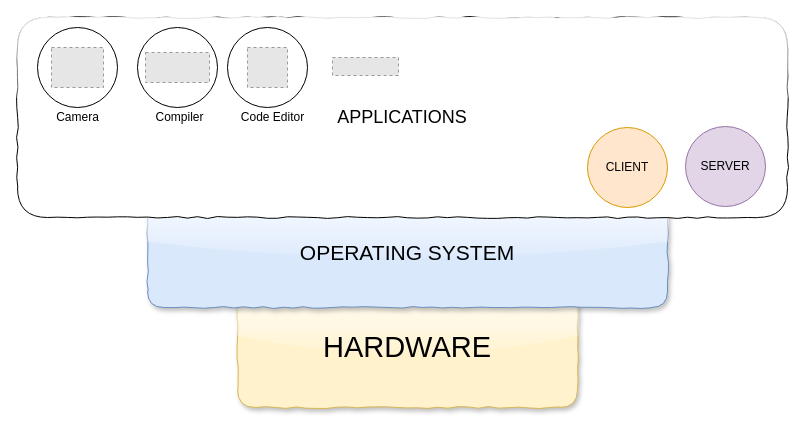
Above: page "programmer's model" (2 of 10) of docs/imgs/draw.io.drawio in tejaswigowda/book.programmingthecloud.com (draw.io), before the change. Source tidied: cells renumbered, new cells numbered last; positions are measured from the earlier drawing's top-left corner, leaving out a move shared by most shapes. Both pictures are drawn from the tidied source at 100%, with x=0, y=0 at pixel (17, 17). Pictures stored in the file or linked from it are replaced by grey dashed boxes.
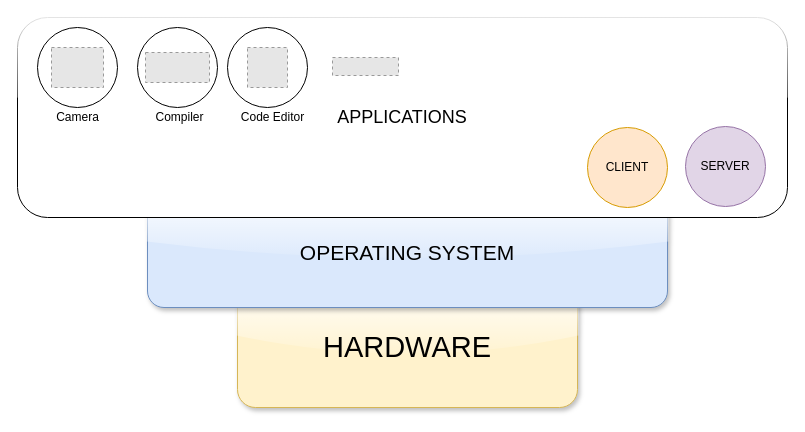
The same page after the edit.

Diff of the diagram source:
```diff
@@
 <mxGraphModel>
   <root>
     <mxCell id="0" />
     <mxCell id="1" parent="0" />
-    <mxCell id="2" value="&lt;font style=&quot;font-size: 29px&quot;&gt;HARDWARE&lt;/font&gt;" style="rounded=1;whiteSpace=wrap;html=1;glass=1;shadow=1;comic=1;fillColor=#fff2cc;strokeColor=#d6b656;" parent="1" vertex="1">
+    <mxCell id="2" value="&lt;font style=&quot;font-size: 29px&quot;&gt;HARDWARE&lt;/font&gt;" style="rounded=1;whiteSpace=wrap;html=1;glass=1;shadow=1;comic=0;fillColor=#fff2cc;strokeColor=#d6b656;" parent="1" vertex="1">
       <mxGeometry x="220" y="270" width="340" height="120" as="geometry" />
     </mxCell>
-    <mxCell id="3" value="&lt;font style=&quot;font-size: 21px&quot;&gt;OPERATING SYSTEM&lt;/font&gt;" style="rounded=1;whiteSpace=wrap;html=1;glass=1;comic=1;shadow=1;fillColor=#dae8fc;strokeColor=#6c8ebf;" parent="1" vertex="1">
+    <mxCell id="3" value="&lt;font style=&quot;font-size: 21px&quot;&gt;OPERATING SYSTEM&lt;/font&gt;" style="rounded=1;whiteSpace=wrap;html=1;glass=1;comic=0;shadow=1;fillColor=#dae8fc;strokeColor=#6c8ebf;" parent="1" vertex="1">
       <mxGeometry x="130" y="180" width="520" height="110" as="geometry" />
     </mxCell>
-    <mxCell id="4" value="&lt;font style=&quot;font-size: 18px&quot;&gt;APPLICATIONS&lt;/font&gt;" style="rounded=1;whiteSpace=wrap;html=1;glass=1;comic=1;" parent="1" vertex="1">
+    <mxCell id="4" value="&lt;font style=&quot;font-size: 18px&quot;&gt;APPLICATIONS&lt;/font&gt;" style="rounded=1;whiteSpace=wrap;html=1;glass=1;comic=0;" parent="1" vertex="1">
       <mxGeometry width="770" height="200" as="geometry" />
     </mxCell>
     <mxCell id="5" style="ellipse;whiteSpace=wrap;html=1;" parent="1" vertex="1">
       <mxGeometry x="20" y="10" width="80" height="80" as="geometry" />
     </mxCell>
     <mxCell id="6" style="ellipse;whiteSpace=wrap;html=1;" parent="1" vertex="1">
       <mxGeometry x="120" y="10" width="80" height="80" as="geometry" />
     </mxCell>
     <mxCell id="7" style="ellipse;whiteSpace=wrap;html=1;" parent="1" vertex="1">
       <mxGeometry x="210" y="10" width="80" height="80" as="geometry" />
     </mxCell>
     <mxCell id="8" style="fillColor=#E6E6E6;strokeColor=#999999;dashed=1;verticalLabelPosition=bottom;labelBackgroundColor=#ffffff;verticalAlign=top;" parent="1" vertex="1">
       <mxGeometry x="34" y="30" width="52" height="40" as="geometry" />
     </mxCell>
     <mxCell id="9" style="fillColor=#E6E6E6;strokeColor=#999999;dashed=1;verticalLabelPosition=bottom;labelBackgroundColor=#ffffff;verticalAlign=top;" parent="1" vertex="1">
       <mxGeometry x="230" y="30" width="40" height="40" as="geometry" />
     </mxCell>
     <mxCell id="10" style="fillColor=#E6E6E6;strokeColor=#999999;dashed=1;verticalLabelPosition=bottom;labelBackgroundColor=#ffffff;verticalAlign=top;" parent="1" vertex="1">
       <mxGeometry x="128" y="35" width="64" height="30" as="geometry" />
     </mxCell>
     <mxCell id="11" value="Compiler" style="text;html=1;align=center;verticalAlign=top;spacingTop=-4;" parent="1" vertex="1">
       <mxGeometry x="132" y="90" width="60" height="20" as="geometry" />
     </mxCell>
     <mxCell id="12" style="fillColor=#E6E6E6;strokeColor=#999999;dashed=1;verticalLabelPosition=bottom;labelBackgroundColor=#ffffff;verticalAlign=top;" parent="1" vertex="1">
       <mxGeometry x="315" y="40" width="66" height="18" as="geometry" />
     </mxCell>
     <mxCell id="13" value="Code Editor" style="text;html=1;align=center;verticalAlign=top;spacingTop=-4;" parent="1" vertex="1">
       <mxGeometry x="215" y="90" width="80" height="20" as="geometry" />
     </mxCell>
     <mxCell id="14" value="Camera" style="text;html=1;align=center;verticalAlign=top;spacingTop=-4;" parent="1" vertex="1">
       <mxGeometry x="30" y="90" width="60" height="20" as="geometry" />
     </mxCell>
     <mxCell id="15" value="CLIENT" style="ellipse;whiteSpace=wrap;html=1;fillColor=#ffe6cc;strokeColor=#d79b00;" parent="1" vertex="1">
       <mxGeometry x="570" y="110" width="80" height="80" as="geometry" />
     </mxCell>
     <mxCell id="16" value="SERVER" style="ellipse;whiteSpace=wrap;html=1;fillColor=#e1d5e7;strokeColor=#9673a6;" parent="1" vertex="1">
       <mxGeometry x="668" y="109" width="80" height="80" as="geometry" />
     </mxCell>
   </root>
 </mxGraphModel>
```
